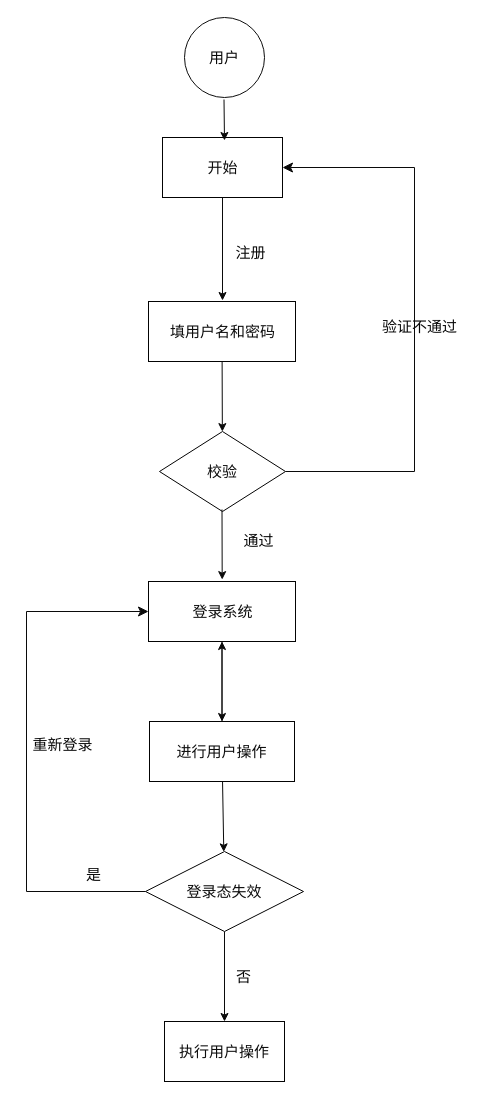
Above: gym-management-front/drawing/用户流程图.drawio in Lzzzs/gym (draw.io), before the change. Source tidied: cells renumbered, new cells numbered last; positions are measured from the earlier drawing's top-left corner, leaving out a move shared by most shapes. Both pictures are drawn from the tidied source at 100%, with x=0, y=0 at pixel (-20, 17).
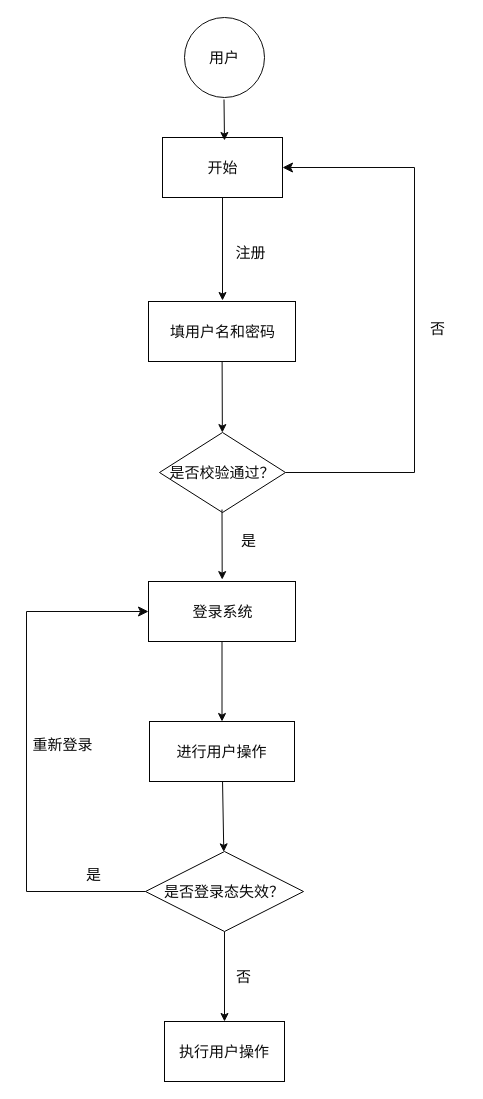
Above is the later version.

The change refers to these unchanged cells:
```xml
<mxCell id="15" value="登录系统" style="rounded=0;html=1;strokeColor=#030303;fillColor=#ffffff;fontSize=15;fontColor=#0d0d0d;" parent="1" vertex="1">
  <mxGeometry x="168" y="564" width="147" height="60" as="geometry" />
</mxCell>
<mxCell id="18" value="进行用户操作" style="whiteSpace=wrap;html=1;fontSize=15;fillColor=#ffffff;strokeColor=#030303;fontColor=#0d0d0d;rounded=0;" parent="1" vertex="1">
  <mxGeometry x="169" y="704" width="145" height="60" as="geometry" />
</mxCell>
```

Change to the diagram source:
```diff
@@
-    <mxCell id="10" value="&lt;font color=&quot;#0a0a0a&quot;&gt;&lt;span style=&quot;font-size: 15px;&quot;&gt;验证不通过&lt;/span&gt;&lt;/font&gt;" style="text;html=1;align=center;verticalAlign=middle;strokeColor=none;fillColor=none;fontSize=17;" parent="1" vertex="1">
-      <mxGeometry x="392" y="294" width="93" height="32" as="geometry" />
+    <mxCell id="10" value="&lt;font color=&quot;#0a0a0a&quot;&gt;&lt;span style=&quot;font-size: 15px;&quot;&gt;否&lt;/span&gt;&lt;/font&gt;" style="text;html=1;align=center;verticalAlign=middle;strokeColor=none;fillColor=none;fontSize=17;" parent="1" vertex="1">
+      <mxGeometry x="440" y="296" width="33" height="32" as="geometry" />
     </mxCell>
-    <mxCell id="11" value="校验" style="rhombus;whiteSpace=wrap;html=1;fontSize=15;fillColor=#ffffff;strokeColor=#030303;fontColor=#0d0d0d;rounded=0;" parent="1" vertex="1">
-      <mxGeometry x="179" y="414" width="126" height="80" as="geometry" />
+    <mxCell id="11" value="是否校验通过？" style="rhombus;whiteSpace=wrap;html=1;fontSize=15;fillColor=#ffffff;strokeColor=#030303;fontColor=#0d0d0d;rounded=0;" parent="1" vertex="1">
+      <mxGeometry x="179" y="415" width="126" height="80" as="geometry" />
     </mxCell>
@@
-    <mxCell id="13" value="通过" style="text;html=1;align=center;verticalAlign=middle;strokeColor=none;fillColor=none;fontSize=15;fontColor=#0a0a0a;" parent="1" vertex="1">
-      <mxGeometry x="254" y="508" width="48" height="30" as="geometry" />
+    <mxCell id="13" value="是" style="text;html=1;align=center;verticalAlign=middle;strokeColor=none;fillColor=none;fontSize=15;fontColor=#0a0a0a;" parent="1" vertex="1">
+      <mxGeometry x="251" y="508" width="33" height="30" as="geometry" />
     </mxCell>
@@
-    <mxCell id="16" style="edgeStyle=none;html=1;strokeColor=#0a0a0a;fontSize=15;fontColor=#0a0a0a;" parent="1" edge="1" source="18" target="15">
-      <mxGeometry relative="1" as="geometry" />
-    </mxCell>
@@
-    <mxCell id="20" value="登录态失效" style="rhombus;whiteSpace=wrap;html=1;fontSize=15;fillColor=#ffffff;strokeColor=#030303;fontColor=#0d0d0d;rounded=0;" parent="1" vertex="1">
+    <mxCell id="20" value="是否登录态失效？" style="rhombus;whiteSpace=wrap;html=1;fontSize=15;fillColor=#ffffff;strokeColor=#030303;fontColor=#0d0d0d;rounded=0;" parent="1" vertex="1">
       <mxGeometry x="165" y="834" width="158" height="80" as="geometry" />
     </mxCell>
```
